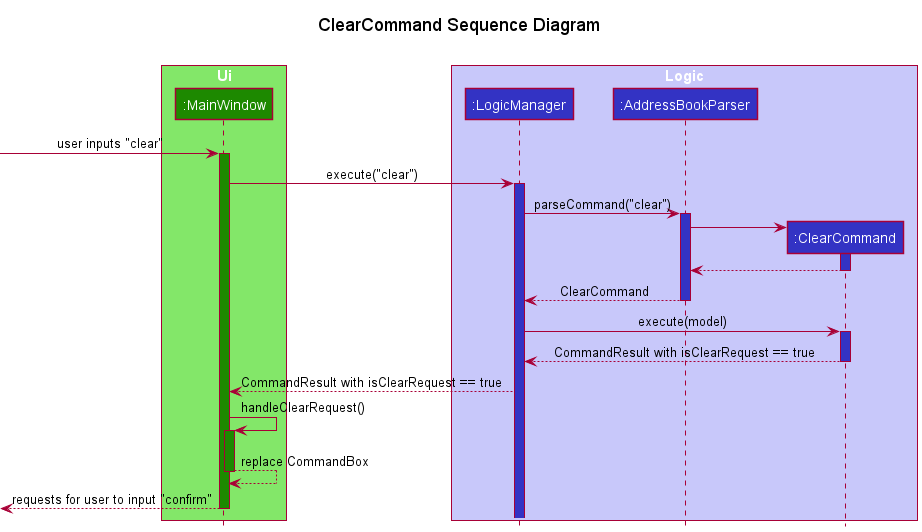
Before: docs/images/ClearCommandSequenceDiagram.png, a diagram exported from PlantUML (nus-cs2103-AY2122S2/tp). The source it was exported from:
```plantuml
@startuml
!include style.puml

title ClearCommand Sequence Diagram\n

box "Ui" UI_COLOR_T1
participant ":MainWindow" as MainWindow UI_COLOR
end box

box "Logic" LOGIC_COLOR_T1
participant ":LogicManager" as LogicManager LOGIC_COLOR
participant ":AddressBookParser" as AddressBookParser LOGIC_COLOR
participant ":ClearCommand" as ClearCommand LOGIC_COLOR
end box

[-> MainWindow : user inputs "clear"
activate MainWindow UI_COLOR

MainWindow -> LogicManager : execute("clear")
activate LogicManager LOGIC_COLOR

LogicManager -> AddressBookParser : parseCommand("clear")
activate AddressBookParser LOGIC_COLOR

create ClearCommand
AddressBookParser -> ClearCommand
activate ClearCommand LOGIC_COLOR
ClearCommand --> AddressBookParser
deactivate ClearCommand

AddressBookParser --> LogicManager : ClearCommand
deactivate AddressBookParser

LogicManager -> ClearCommand : execute(model)
activate ClearCommand LOGIC_COLOR

ClearCommand --> LogicManager : CommandResult with isClearRequest == true
deactivate ClearCommand

LogicManager --> MainWindow : CommandResult with isClearRequest == true
deactivate ClearCommand

MainWindow -> MainWindow : handleClearRequest()
activate MainWindow UI_COLOR
MainWindow --> MainWindow : replace CommandBox
deactivate MainWindow

[<--MainWindow : requests for user to input "confirm"
deactivate MainWindow
@enduml
```
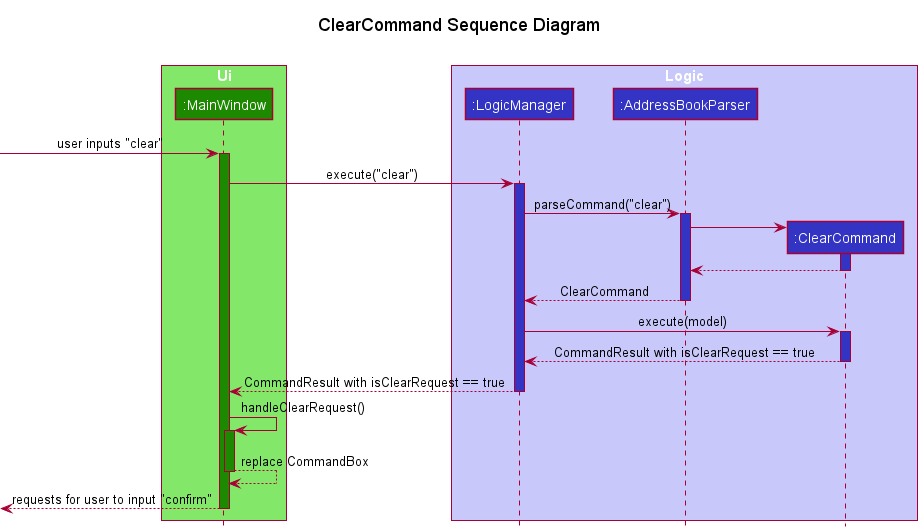
The same diagram one commit later.

What changed in the source:
```diff
@@ -38,7 +38,7 @@
 deactivate ClearCommand
 
 LogicManager --> MainWindow : CommandResult with isClearRequest == true
-deactivate ClearCommand
+deactivate LogicManager
 
 MainWindow -> MainWindow : handleClearRequest()
 activate MainWindow UI_COLOR
```
